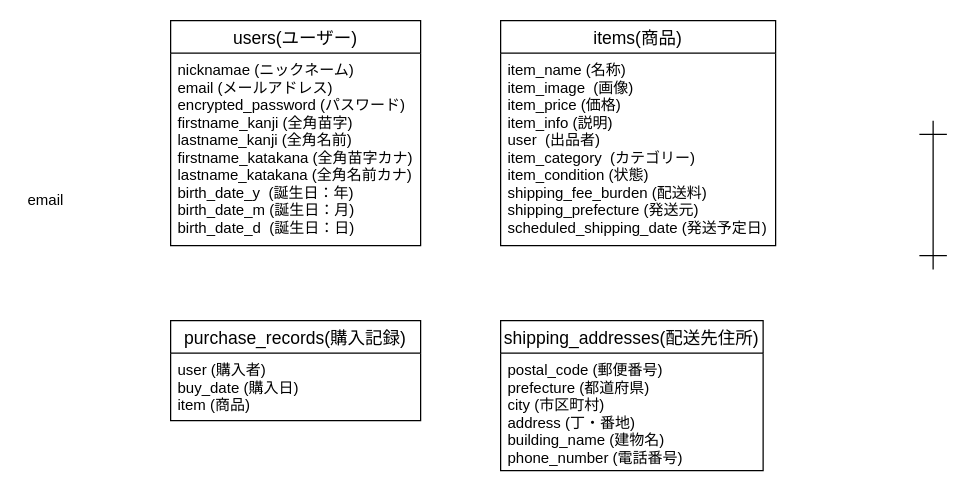
Above: ER.dio in Saiki-san/furima-31631 (draw.io), before the change. Source tidied: cells renumbered, new cells numbered last; positions are measured from the earlier drawing's top-left corner, leaving out a move shared by most shapes. Both pictures are drawn from the tidied source at 125%, with x=0, y=0 at pixel (20, 20).
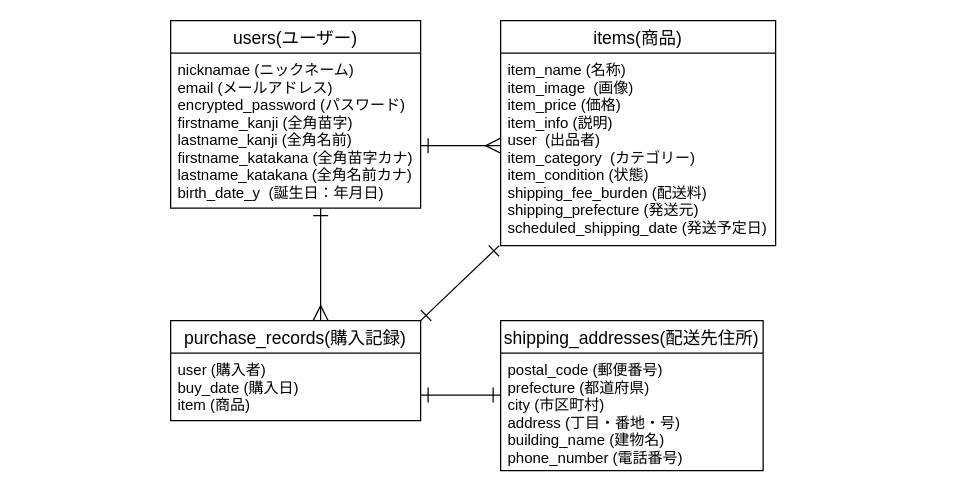
After the change.

Commit message (it also covers changes not shown here):
users テーブルの修正

What changed in the source:
```diff
@@
 <mxGraphModel>
   <root>
     <mxCell id="0" />
     <mxCell id="1" parent="0" />
-    <mxCell id="2" style="edgeStyle=orthogonalEdgeStyle;rounded=0;orthogonalLoop=1;jettySize=auto;html=1;exitX=0;exitY=0;exitDx=0;exitDy=0;startArrow=ERone;startFill=0;startSize=20;endArrow=ERone;endFill=0;endSize=20;strokeWidth=1;entryX=0.75;entryY=1.029;entryDx=0;entryDy=0;entryPerimeter=0;" parent="1" edge="1">
-      <mxGeometry relative="1" as="geometry">
-        <mxPoint x="730" y="199" as="sourcePoint" />
-        <mxPoint x="730" y="80" as="targetPoint" />
-        <Array as="points">
-          <mxPoint x="730" y="110" />
-          <mxPoint x="730" y="110" />
-        </Array>
-      </mxGeometry>
-    </mxCell>
-    <mxCell id="3" value="email" style="text;strokeColor=none;fillColor=none;spacingLeft=4;spacingRight=4;overflow=hidden;fontSize=12;" parent="1" vertex="1">
-      <mxGeometry y="130" width="160" height="30" as="geometry" />
-    </mxCell>
     <mxCell id="4" value="users(ユーザー)" style="swimlane;fontStyle=0;horizontal=1;startSize=26;align=center;fontSize=14;" parent="1" vertex="1">
-      <mxGeometry x="120" width="200" height="180" as="geometry" />
+      <mxGeometry x="120" width="200" height="150" as="geometry" />
     </mxCell>
-    <mxCell id="5" value="nicknamae (ニックネーム)&#10;email (メールアドレス)&#10;encrypted_password (パスワード)&#10;firstname_kanji (全角苗字)&#10;lastname_kanji (全角名前)&#10;firstname_katakana (全角苗字カナ)&#10;lastname_katakana (全角名前カナ)&#10;birth_date_y  (誕生日：年)&#10;birth_date_m (誕生日：月)&#10;birth_date_d  (誕生日：日)" style="text;strokeColor=none;fillColor=none;spacingLeft=4;spacingRight=4;overflow=hidden;fontSize=12;" parent="4" vertex="1">
-      <mxGeometry y="26" width="200" height="154" as="geometry" />
-    </mxCell>
     <mxCell id="6" value="purchase_records(購入記録)" style="swimlane;fontStyle=0;horizontal=1;startSize=26;align=center;fontSize=14;" parent="1" vertex="1">
       <mxGeometry x="120" y="240" width="200" height="80" as="geometry" />
     </mxCell>
     <mxCell id="7" value="user (購入者)&#10;buy_date (購入日)&#10;item (商品)" style="text;strokeColor=none;fillColor=none;spacingLeft=4;spacingRight=4;overflow=hidden;fontSize=12;" parent="6" vertex="1">
       <mxGeometry y="26" width="200" height="54" as="geometry" />
     </mxCell>
     <mxCell id="8" value="items(商品)" style="swimlane;fontStyle=0;horizontal=1;startSize=26;align=center;fontSize=14;" parent="1" vertex="1">
       <mxGeometry x="384" width="220" height="180" as="geometry" />
     </mxCell>
     <mxCell id="9" value="item_name (名称)&#10;item_image  (画像)&#10;item_price (価格)&#10;item_info (説明)&#10;user  (出品者)&#10;item_category  (カテゴリー)&#10;item_condition (状態)&#10;shipping_fee_burden (配送料)&#10;shipping_prefecture (発送元)&#10;scheduled_shipping_date (発送予定日)" style="text;strokeColor=none;fillColor=none;spacingLeft=4;spacingRight=4;overflow=hidden;points=[[0,0.5],[1,0.5]];portConstraint=eastwest;fontSize=12;" parent="8" vertex="1">
       <mxGeometry y="26" width="220" height="154" as="geometry" />
     </mxCell>
     <mxCell id="10" value="shipping_addresses(配送先住所)" style="swimlane;fontStyle=0;horizontal=1;startSize=26;align=center;fontSize=14;" parent="1" vertex="1">
       <mxGeometry x="384" y="240" width="210" height="120" as="geometry" />
     </mxCell>
-    <mxCell id="11" value="postal_code (郵便番号)&#10;prefecture (都道府県)&#10;city (市区町村)&#10;address (丁・番地)&#10;building_name (建物名)&#10;phone_number (電話番号)" style="text;strokeColor=none;fillColor=none;spacingLeft=4;spacingRight=4;overflow=hidden;fontSize=12;" parent="10" vertex="1">
+    <mxCell id="11" value="postal_code (郵便番号)&#10;prefecture (都道府県)&#10;city (市区町村)&#10;address (丁目・番地・号)&#10;building_name (建物名)&#10;phone_number (電話番号)" style="text;strokeColor=none;fillColor=none;spacingLeft=4;spacingRight=4;overflow=hidden;fontSize=12;" parent="10" vertex="1">
       <mxGeometry y="26" width="210" height="94" as="geometry" />
     </mxCell>
+    <mxCell id="12" style="edgeStyle=none;rounded=0;orthogonalLoop=1;jettySize=auto;html=1;exitX=1;exitY=0.5;exitDx=0;exitDy=0;entryX=0;entryY=0.5;entryDx=0;entryDy=0;startArrow=ERone;startFill=0;endArrow=ERmany;endFill=0;strokeWidth=1;endSize=10;startSize=10;targetPerimeterSpacing=6;sourcePerimeterSpacing=6;" parent="1" edge="1">
+      <mxGeometry relative="1" as="geometry">
+        <mxPoint x="320" y="100" as="sourcePoint" />
+        <mxPoint x="384" y="100" as="targetPoint" />
+      </mxGeometry>
+    </mxCell>
+    <mxCell id="5" value="nicknamae (ニックネーム)&#10;email (メールアドレス)&#10;encrypted_password (パスワード)&#10;firstname_kanji (全角苗字)&#10;lastname_kanji (全角名前)&#10;firstname_katakana (全角苗字カナ)&#10;lastname_katakana (全角名前カナ)&#10;birth_date_y  (誕生日：年月日)" style="text;strokeColor=none;fillColor=none;spacingLeft=4;spacingRight=4;overflow=hidden;fontSize=12;" parent="1" vertex="1">
+      <mxGeometry x="120" y="26" width="200" height="124" as="geometry" />
+    </mxCell>
+    <mxCell id="13" style="edgeStyle=none;rounded=0;orthogonalLoop=1;jettySize=auto;html=1;startArrow=ERone;startFill=0;endArrow=ERmany;endFill=0;strokeWidth=1;endSize=10;startSize=10;targetPerimeterSpacing=6;sourcePerimeterSpacing=6;" parent="1" edge="1">
+      <mxGeometry relative="1" as="geometry">
+        <mxPoint x="240" y="150" as="sourcePoint" />
+        <mxPoint x="240" y="240" as="targetPoint" />
+      </mxGeometry>
+    </mxCell>
+    <mxCell id="14" style="edgeStyle=none;rounded=0;orthogonalLoop=1;jettySize=auto;html=1;exitX=1;exitY=0.5;exitDx=0;exitDy=0;entryX=0;entryY=0.5;entryDx=0;entryDy=0;startArrow=ERone;startFill=0;endArrow=ERone;endFill=0;strokeWidth=1;endSize=10;startSize=10;targetPerimeterSpacing=6;sourcePerimeterSpacing=6;" parent="1" edge="1">
+      <mxGeometry relative="1" as="geometry">
+        <mxPoint x="320" y="299.5" as="sourcePoint" />
+        <mxPoint x="384" y="299.5" as="targetPoint" />
+      </mxGeometry>
+    </mxCell>
+    <mxCell id="15" style="edgeStyle=none;rounded=0;jettySize=auto;html=1;exitX=-0.005;exitY=1;exitDx=0;exitDy=0;startArrow=ERone;startFill=0;endArrow=ERone;endFill=0;strokeWidth=1;endSize=10;startSize=10;targetPerimeterSpacing=6;sourcePerimeterSpacing=6;entryX=1;entryY=0;entryDx=0;entryDy=0;exitPerimeter=0;" parent="1" edge="1" source="9" target="6">
+      <mxGeometry relative="1" as="geometry" />
+    </mxCell>
   </root>
 </mxGraphModel>
```
